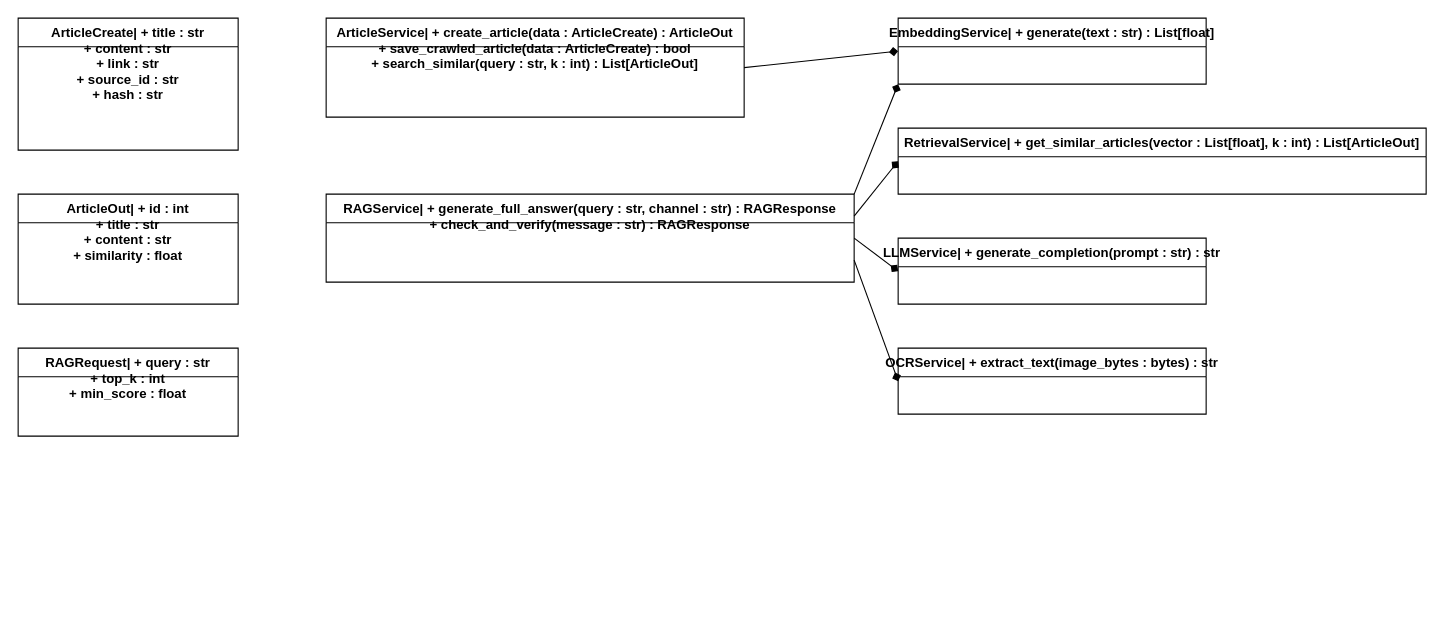
Before: ai-service/docs/04-class-diagram.drawio in rooneyi/rdc-news-intelligence, a draw.io diagram. Source tidied: cells renumbered, new cells numbered last; positions are measured from the earlier drawing's top-left corner, leaving out a move shared by most shapes. Both pictures are drawn from the tidied source at 110%, with x=0, y=0 at pixel (18, 18).
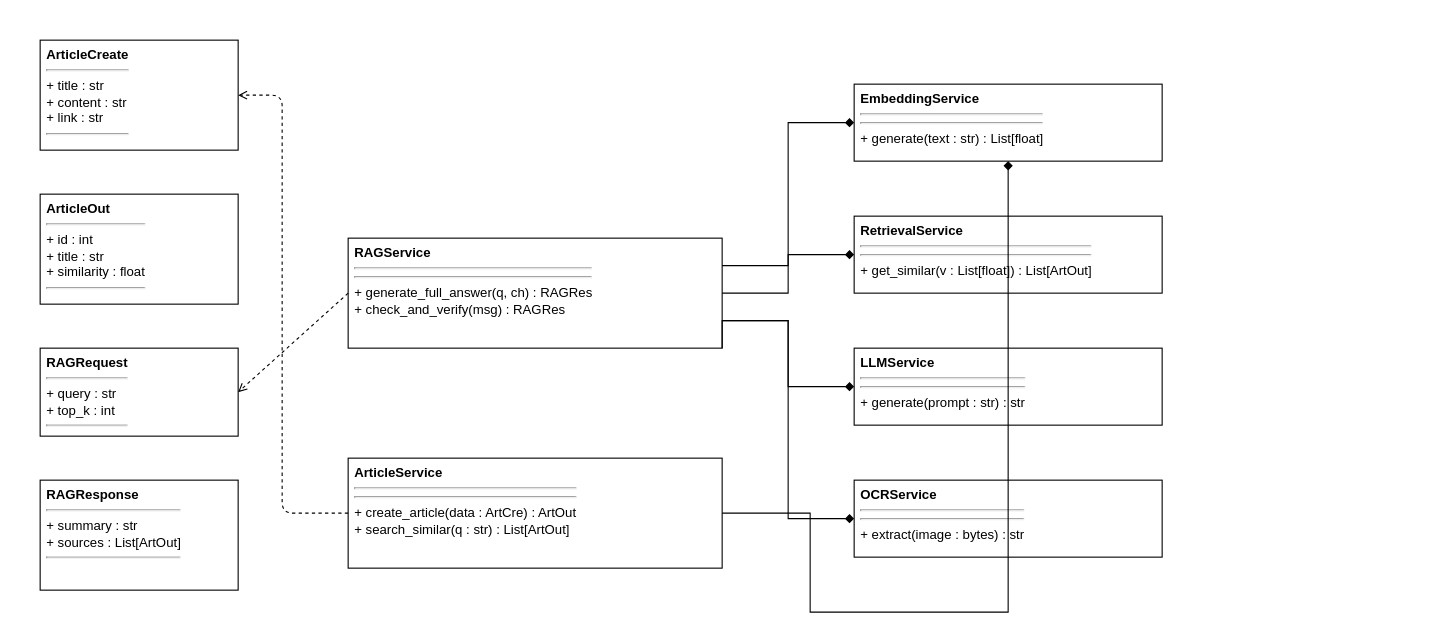
The same diagram, later.

Diff of the diagram source:
```diff
@@
-    <mxCell id="2" value="ArticleCreate| + title : str&#10;+ content : str&#10;+ link : str&#10;+ source_id : str&#10;+ hash : str" style="swimlane;fontStyle=1;align=center;verticalAlign=top;horizontal=1;startSize=26;fillColor=#ffffff;strokeColor=#000000;fontColor=#000000;" parent="1" vertex="1">
-      <mxGeometry width="200" height="120" as="geometry" />
+    <mxCell id="2" value="&lt;b&gt;ArticleCreate&lt;/b&gt;&lt;hr/&gt;+ title : str&lt;br/&gt;+ content : str&lt;br/&gt;+ link : str&lt;hr/&gt;" style="verticalAlign=top;align=left;spacingLeft=4;spacingRight=4;strokeColor=#000000;fillColor=#ffffff;whiteSpace=wrap;html=1;" parent="1" vertex="1">
+      <mxGeometry x="20" y="20" width="180" height="100" as="geometry" />
     </mxCell>
-    <mxCell id="3" value="ArticleOut| + id : int&#10;+ title : str&#10;+ content : str&#10;+ similarity : float" style="swimlane;fontStyle=1;align=center;verticalAlign=top;horizontal=1;startSize=26;fillColor=#ffffff;strokeColor=#000000;fontColor=#000000;" parent="1" vertex="1">
-      <mxGeometry y="160" width="200" height="100" as="geometry" />
+    <mxCell id="3" value="&lt;b&gt;ArticleOut&lt;/b&gt;&lt;hr/&gt;+ id : int&lt;br/&gt;+ title : str&lt;br/&gt;+ similarity : float&lt;hr/&gt;" style="verticalAlign=top;align=left;spacingLeft=4;spacingRight=4;strokeColor=#000000;fillColor=#ffffff;whiteSpace=wrap;html=1;" parent="1" vertex="1">
+      <mxGeometry x="20" y="160" width="180" height="100" as="geometry" />
     </mxCell>
-    <mxCell id="4" value="RAGRequest| + query : str&#10;+ top_k : int&#10;+ min_score : float" style="swimlane;fontStyle=1;align=center;verticalAlign=top;horizontal=1;startSize=26;fillColor=#ffffff;strokeColor=#000000;fontColor=#000000;" parent="1" vertex="1">
-      <mxGeometry y="300" width="200" height="80" as="geometry" />
+    <mxCell id="4" value="&lt;b&gt;RAGRequest&lt;/b&gt;&lt;hr/&gt;+ query : str&lt;br/&gt;+ top_k : int&lt;hr/&gt;" style="verticalAlign=top;align=left;spacingLeft=4;spacingRight=4;strokeColor=#000000;fillColor=#ffffff;whiteSpace=wrap;html=1;" parent="1" vertex="1">
+      <mxGeometry x="20" y="300" width="180" height="80" as="geometry" />
     </mxCell>
+    <mxCell id="16" value="&lt;b&gt;RAGResponse&lt;/b&gt;&lt;hr/&gt;+ summary : str&lt;br/&gt;+ sources : List[ArtOut]&lt;hr/&gt;" style="verticalAlign=top;align=left;spacingLeft=4;spacingRight=4;strokeColor=#000000;fillColor=#ffffff;whiteSpace=wrap;html=1;" parent="1" vertex="1">
+      <mxGeometry x="20" y="420" width="180" height="100" as="geometry" />
+    </mxCell>
+    <mxCell id="6" value="&lt;b&gt;RAGService&lt;/b&gt;&lt;hr/&gt;&lt;hr/&gt;+ generate_full_answer(q, ch) : RAGRes&lt;br/&gt;+ check_and_verify(msg) : RAGRes" style="verticalAlign=top;align=left;spacingLeft=4;spacingRight=4;strokeColor=#000000;fillColor=#ffffff;whiteSpace=wrap;html=1;" parent="1" vertex="1">
+      <mxGeometry x="300" y="200" width="340" height="100" as="geometry" />
+    </mxCell>
-    <mxCell id="5" value="ArticleService| + create_article(data : ArticleCreate) : ArticleOut&#10;+ save_crawled_article(data : ArticleCreate) : bool&#10;+ search_similar(query : str, k : int) : List[ArticleOut]" style="swimlane;fontStyle=1;align=center;verticalAlign=top;horizontal=1;startSize=26;fillColor=#ffffff;strokeColor=#000000;fontColor=#000000;" parent="1" vertex="1">
-      <mxGeometry x="280" width="380" height="90" as="geometry" />
+    <mxCell id="5" value="&lt;b&gt;ArticleService&lt;/b&gt;&lt;hr/&gt;&lt;hr/&gt;+ create_article(data : ArtCre) : ArtOut&lt;br/&gt;+ search_similar(q : str) : List[ArtOut]" style="verticalAlign=top;align=left;spacingLeft=4;spacingRight=4;strokeColor=#000000;fillColor=#ffffff;whiteSpace=wrap;html=1;" parent="1" vertex="1">
+      <mxGeometry x="300" y="400" width="340" height="100" as="geometry" />
     </mxCell>
-    <mxCell id="6" value="RAGService| + generate_full_answer(query : str, channel : str) : RAGResponse&#10;+ check_and_verify(message : str) : RAGResponse" style="swimlane;fontStyle=1;align=center;verticalAlign=top;horizontal=1;startSize=26;fillColor=#ffffff;strokeColor=#000000;fontColor=#000000;" parent="1" vertex="1">
-      <mxGeometry x="280" y="160" width="480" height="80" as="geometry" />
-    </mxCell>
-    <mxCell id="7" value="EmbeddingService| + generate(text : str) : List[float]" style="swimlane;fontStyle=1;align=center;verticalAlign=top;horizontal=1;startSize=26;fillColor=#ffffff;strokeColor=#000000;fontColor=#000000;" parent="1" vertex="1">
-      <mxGeometry x="800" width="280" height="60" as="geometry" />
+    <mxCell id="7" value="&lt;b&gt;EmbeddingService&lt;/b&gt;&lt;hr/&gt;&lt;hr/&gt;+ generate(text : str) : List[float]" style="verticalAlign=top;align=left;spacingLeft=4;spacingRight=4;strokeColor=#000000;fillColor=#ffffff;whiteSpace=wrap;html=1;" parent="1" vertex="1">
+      <mxGeometry x="760" y="60" width="280" height="70" as="geometry" />
     </mxCell>
-    <mxCell id="8" value="RetrievalService| + get_similar_articles(vector : List[float], k : int) : List[ArticleOut]" style="swimlane;fontStyle=1;align=center;verticalAlign=top;horizontal=1;startSize=26;fillColor=#ffffff;strokeColor=#000000;fontColor=#000000;" parent="1" vertex="1">
-      <mxGeometry x="800" y="100" width="480" height="60" as="geometry" />
+    <mxCell id="8" value="&lt;b&gt;RetrievalService&lt;/b&gt;&lt;hr/&gt;&lt;hr/&gt;+ get_similar(v : List[float]) : List[ArtOut]" style="verticalAlign=top;align=left;spacingLeft=4;spacingRight=4;strokeColor=#000000;fillColor=#ffffff;whiteSpace=wrap;html=1;" parent="1" vertex="1">
+      <mxGeometry x="760" y="180" width="280" height="70" as="geometry" />
     </mxCell>
-    <mxCell id="9" value="LLMService| + generate_completion(prompt : str) : str" style="swimlane;fontStyle=1;align=center;verticalAlign=top;horizontal=1;startSize=26;fillColor=#ffffff;strokeColor=#000000;fontColor=#000000;" parent="1" vertex="1">
-      <mxGeometry x="800" y="200" width="280" height="60" as="geometry" />
+    <mxCell id="9" value="&lt;b&gt;LLMService&lt;/b&gt;&lt;hr/&gt;&lt;hr/&gt;+ generate(prompt : str) : str" style="verticalAlign=top;align=left;spacingLeft=4;spacingRight=4;strokeColor=#000000;fillColor=#ffffff;whiteSpace=wrap;html=1;" parent="1" vertex="1">
+      <mxGeometry x="760" y="300" width="280" height="70" as="geometry" />
     </mxCell>
-    <mxCell id="10" value="OCRService| + extract_text(image_bytes : bytes) : str" style="swimlane;fontStyle=1;align=center;verticalAlign=top;horizontal=1;startSize=26;fillColor=#ffffff;strokeColor=#000000;fontColor=#000000;" parent="1" vertex="1">
-      <mxGeometry x="800" y="300" width="280" height="60" as="geometry" />
+    <mxCell id="10" value="&lt;b&gt;OCRService&lt;/b&gt;&lt;hr/&gt;&lt;hr/&gt;+ extract(image : bytes) : str" style="verticalAlign=top;align=left;spacingLeft=4;spacingRight=4;strokeColor=#000000;fillColor=#ffffff;whiteSpace=wrap;html=1;" parent="1" vertex="1">
+      <mxGeometry x="760" y="420" width="280" height="70" as="geometry" />
     </mxCell>
-    <mxCell id="11" style="endArrow=diamond;endFill=1;html=1;exitX=1;exitY=0.5;entryX=0;entryY=0.5;strokeColor=#000000;" parent="1" edge="1" source="5" target="7">
-      <mxGeometry relative="1" as="geometry" />
-    </mxCell>
-    <mxCell id="12" style="endArrow=diamond;endFill=1;html=1;exitX=1;exitY=0;entryX=0;entryY=1;strokeColor=#000000;" parent="1" edge="1" source="6" target="7">
+    <mxCell id="12" style="endArrow=diamond;endFill=1;html=1;exitX=1;exitY=0.25;exitDx=0;exitDy=0;entryX=0;entryY=0.5;entryDx=0;entryDy=0;strokeColor=#000000;edgeStyle=orthogonalEdgeStyle;rounded=0;" parent="1" edge="1" source="6" target="7">
       <mxGeometry relative="1" as="geometry" />
     </mxCell>
-    <mxCell id="13" style="endArrow=diamond;endFill=1;html=1;exitX=1;exitY=0.25;entryX=0;entryY=0.5;strokeColor=#000000;" parent="1" edge="1" source="6" target="8">
+    <mxCell id="13" style="endArrow=diamond;endFill=1;html=1;exitX=1;exitY=0.5;exitDx=0;exitDy=0;entryX=0;entryY=0.5;entryDx=0;entryDy=0;strokeColor=#000000;edgeStyle=orthogonalEdgeStyle;rounded=0;" parent="1" edge="1" source="6" target="8">
       <mxGeometry relative="1" as="geometry" />
     </mxCell>
-    <mxCell id="14" style="endArrow=diamond;endFill=1;html=1;exitX=1;exitY=0.5;entryX=0;entryY=0.5;strokeColor=#000000;" parent="1" edge="1" source="6" target="9">
+    <mxCell id="14" style="endArrow=diamond;endFill=1;html=1;exitX=1;exitY=0.75;exitDx=0;exitDy=0;entryX=0;entryY=0.5;entryDx=0;entryDy=0;strokeColor=#000000;edgeStyle=orthogonalEdgeStyle;rounded=0;" parent="1" edge="1" source="6" target="9">
       <mxGeometry relative="1" as="geometry" />
     </mxCell>
-    <mxCell id="15" style="endArrow=diamond;endFill=1;html=1;exitX=1;exitY=0.75;entryX=0;entryY=0.5;strokeColor=#000000;" parent="1" edge="1" source="6" target="10">
-      <mxGeometry relative="1" as="geometry" />
+    <mxCell id="15" style="endArrow=diamond;endFill=1;html=1;exitX=1;exitY=1;exitDx=0;exitDy=0;entryX=0;entryY=0.5;entryDx=0;entryDy=0;strokeColor=#000000;edgeStyle=orthogonalEdgeStyle;rounded=0;" parent="1" edge="1" source="6" target="10">
+      <mxGeometry relative="1" as="geometry">
+        <Array as="points">
+          <mxPoint x="700" y="275" />
+          <mxPoint x="700" y="455" />
+        </Array>
+      </mxGeometry>
     </mxCell>
+    <mxCell id="11" style="endArrow=diamond;endFill=1;html=1;exitX=1;exitY=0.5;exitDx=0;exitDy=0;entryX=0.5;entryY=1;entryDx=0;entryDy=0;strokeColor=#000000;edgeStyle=orthogonalEdgeStyle;rounded=0;" parent="1" edge="1" source="5" target="7">
+      <mxGeometry relative="1" as="geometry">
+        <Array as="points">
+          <mxPoint x="720" y="450" />
+          <mxPoint x="720" y="540" />
+          <mxPoint x="900" y="540" />
+          <mxPoint x="900" y="130" />
+        </Array>
+      </mxGeometry>
+    </mxCell>
+    <mxCell id="17" style="endArrow=open;dashed=1;html=1;exitX=0;exitY=0.5;exitDx=0;exitDy=0;entryX=1;entryY=0.5;entryDx=0;entryDy=0;strokeColor=#000000;" parent="1" edge="1" source="6" target="4">
+      <mxGeometry relative="1" as="geometry" />
+    </mxCell>
+    <mxCell id="18" style="endArrow=open;dashed=1;html=1;exitX=0;exitY=0.5;exitDx=0;exitDy=0;entryX=1;entryY=0.5;entryDx=0;entryDy=0;strokeColor=#000000;" parent="1" edge="1" source="5" target="2">
+      <mxGeometry relative="1" as="geometry">
+        <Array as="points">
+          <mxPoint x="240" y="450" />
+          <mxPoint x="240" y="70" />
+        </Array>
+      </mxGeometry>
+    </mxCell>
```
